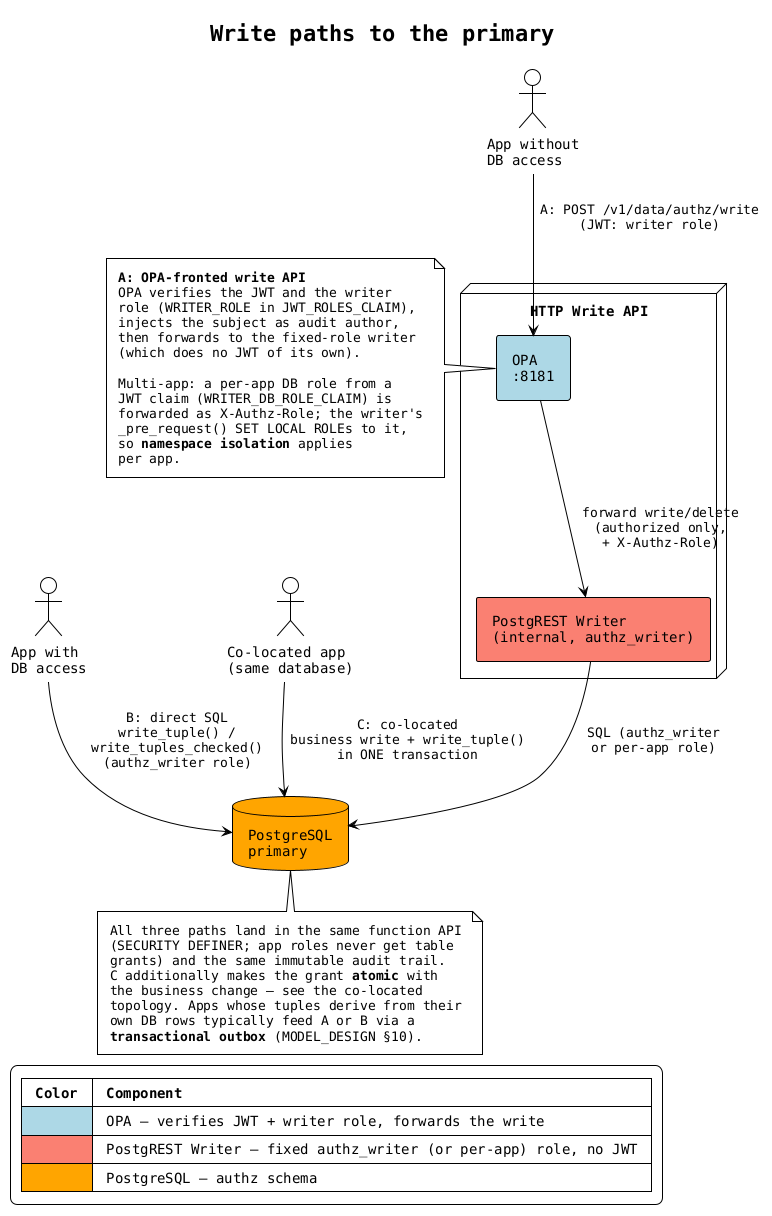
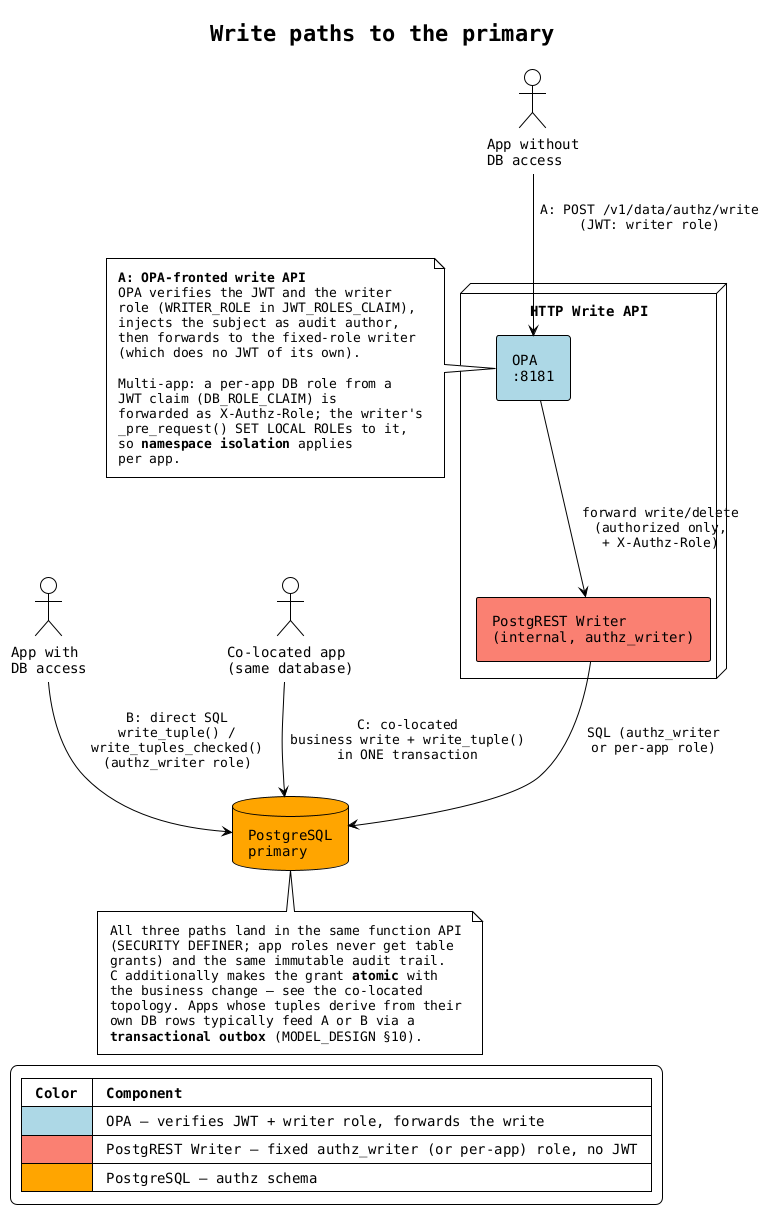
@startuml architecture-write-api

!theme plain
skinparam backgroundColor white
skinparam componentStyle rectangle
skinparam defaultFontName monospaced
skinparam nodesep 50
skinparam ranksep 40
skinparam padding 6

title Write paths to the primary

actor "App without\nDB access" as appA
actor "App with\nDB access" as appB
actor "Co-located app\n(same database)" as appC

note as N1
  **A: OPA-fronted write API**
  OPA verifies the JWT and the writer
  role (WRITER_ROLE in JWT_ROLES_CLAIM),
  injects the subject as audit author,
  then forwards to the fixed-role writer
  (which does no JWT of its own).

  Multi-app: a per-app DB role from a
-   JWT claim (WRITER_DB_ROLE_CLAIM) is
+   JWT claim (DB_ROLE_CLAIM) is
  forwarded as X-Authz-Role; the writer's
  _pre_request() SET LOCAL ROLEs to it,
  so **namespace isolation** applies
  per app.
end note

node "HTTP Write API" as optA {
    component "OPA\n:8181" as opa #LightBlue
    component "PostgREST Writer\n(internal, authz_writer)" as pgrst #Salmon
}

database "PostgreSQL\nprimary" as pg #Orange

N1 -right-> opa

appA -down-> opa : "A: POST /v1/data/authz/write\n(JWT: writer role)"
opa -down-> pgrst : "forward write/delete\n(authorized only,\n+ X-Authz-Role)"
pgrst -down-> pg : "SQL (authz_writer\nor per-app role)"

appB -down-> pg : "B: direct SQL\nwrite_tuple() /\nwrite_tuples_checked()\n(authz_writer role)"

appC -down-> pg : "C: co-located\nbusiness write + write_tuple()\nin ONE transaction"

note bottom of pg
  All three paths land in the same function API
  (SECURITY DEFINER; app roles never get table
  grants) and the same immutable audit trail.
  C additionally makes the grant **atomic** with
  the business change — see the co-located
  topology. Apps whose tuples derive from their
  own DB rows typically feed A or B via a
  **transactional outbox** (MODEL_DESIGN §10).
end note

legend bottom left
  |= Color |= Component |
  | <#LightBlue> | OPA — verifies JWT + writer role, forwards the write |
  | <#Salmon> | PostgREST Writer — fixed authz_writer (or per-app) role, no JWT |
  | <#Orange> | PostgreSQL — authz schema |
end legend

@enduml
